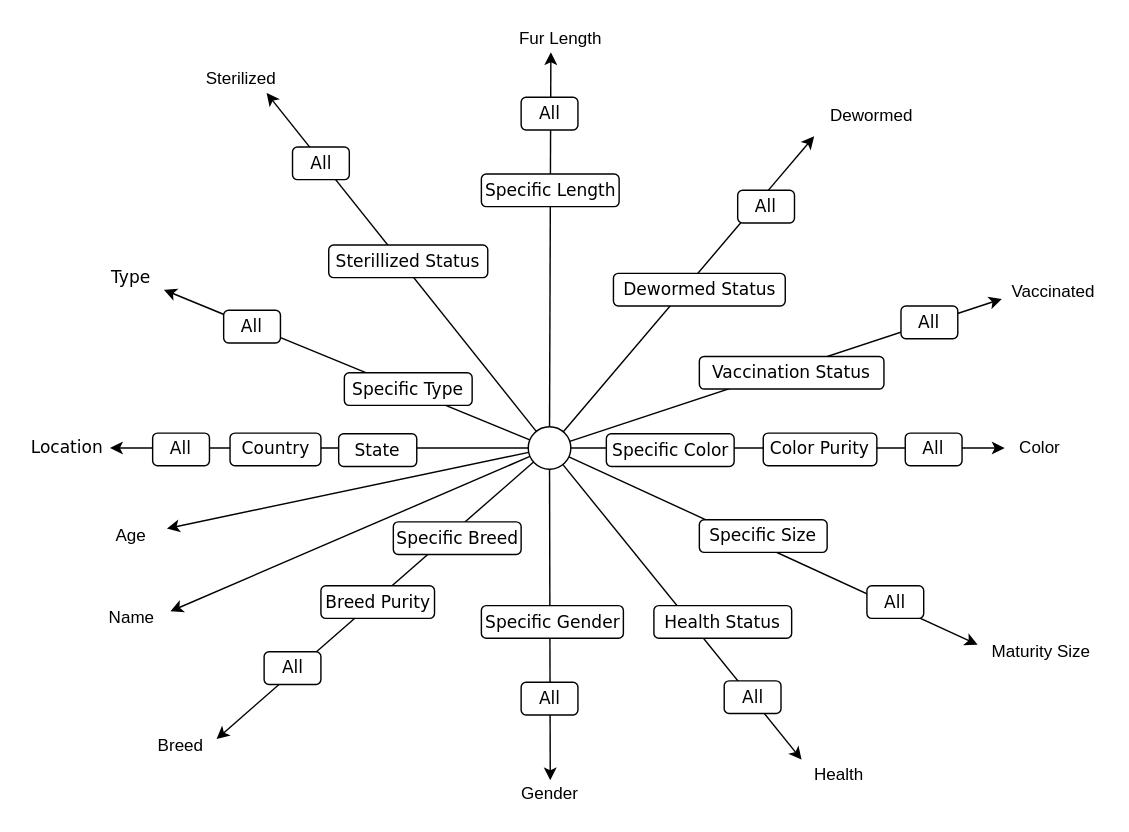
Above: resources/starnet/template/template-starnet.drawio in brucehow/cits3401-project (draw.io), before the change. Source tidied: cells renumbered, new cells numbered last; positions are measured from the earlier drawing's top-left corner, leaving out a move shared by most shapes. Both pictures are drawn from the tidied source at 142%, with x=0, y=0 at pixel (24, 24).
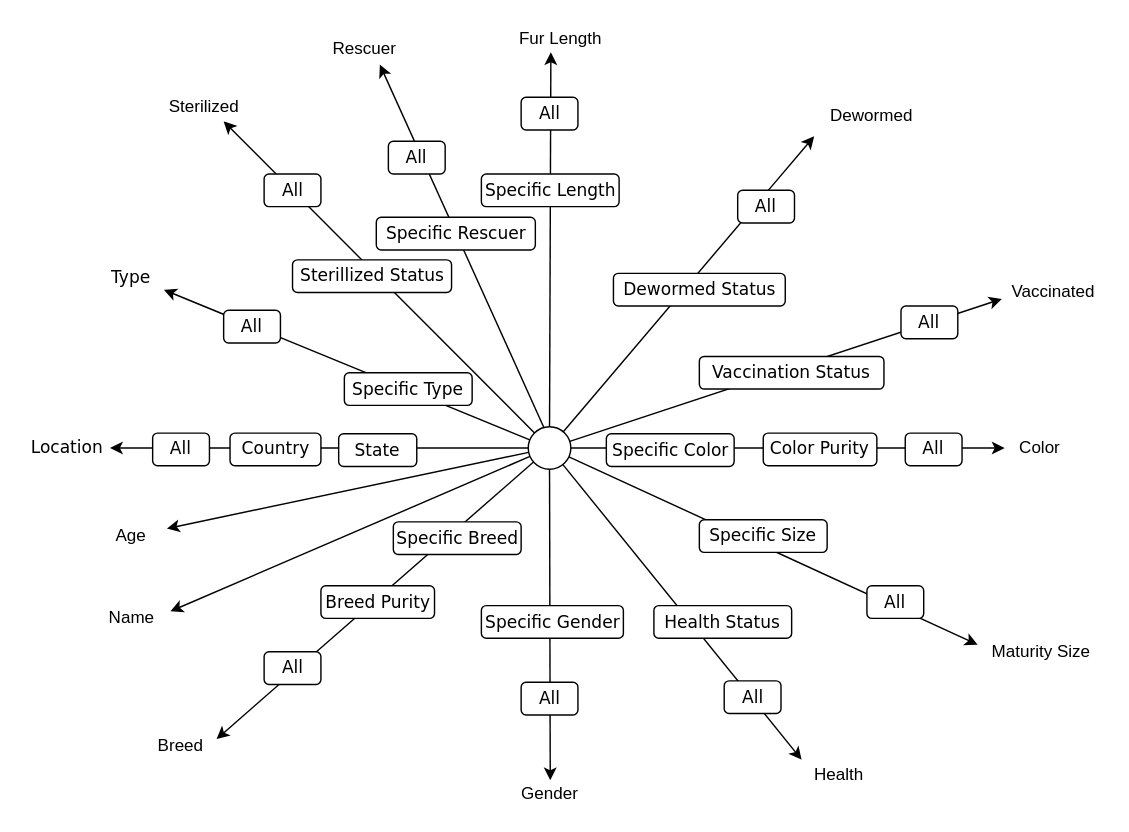
The same diagram, later.

Commit message (it also covers changes not shown here):
Update starnet and template

The change refers to these unchanged cells:
```xml
<mxCell id="6" style="ellipse;whiteSpace=wrap;html=1;" parent="1" vertex="1">
  <mxGeometry x="354.5" y="283" width="30" height="30" as="geometry" />
</mxCell>
```

The edit, as a diff of the source:
```diff
@@
     <mxCell id="43" value="Sterilized" style="text;html=1;strokeColor=none;fillColor=none;align=center;verticalAlign=middle;whiteSpace=wrap;rounded=0;" parent="1" vertex="1">
-      <mxGeometry x="115.5" y="28" width="73" height="20" as="geometry" />
+      <mxGeometry x="90" y="48" width="73" height="20" as="geometry" />
     </mxCell>
-    <mxCell id="44" style="edgeStyle=none;rounded=0;jettySize=auto;html=0;endArrow=classic;endFill=1;fontColor=none;shadow=0;entryX=0.75;entryY=1;entryDx=0;entryDy=0;" parent="1" edge="1" source="6" target="43">
-      <mxGeometry relative="1" as="geometry" />
+    <mxCell id="44" style="edgeStyle=none;rounded=0;jettySize=auto;html=0;endArrow=classic;endFill=1;fontColor=none;shadow=0;" parent="1" edge="1" source="6">
+      <mxGeometry relative="1" as="geometry">
+        <mxPoint x="140" y="68" as="targetPoint" />
+      </mxGeometry>
     </mxCell>
     <mxCell id="45" value="All&lt;br&gt;" style="whiteSpace=wrap;html=1;rounded=1;shadow=0;labelBackgroundColor=none;strokeColor=#000000;strokeWidth=1;fillColor=#ffffff;fontFamily=Verdana;fontSize=12;fontColor=#000000;align=center;glass=0;" parent="1" vertex="1">
-      <mxGeometry x="188.5" y="86" width="40" height="23" as="geometry" />
+      <mxGeometry x="168.5" y="105" width="40" height="23" as="geometry" />
     </mxCell>
     <mxCell id="46" value="Sterillized Status&lt;br&gt;" style="whiteSpace=wrap;html=1;rounded=1;shadow=0;labelBackgroundColor=none;strokeColor=#000000;strokeWidth=1;fillColor=#ffffff;fontFamily=Verdana;fontSize=12;fontColor=#000000;align=center;glass=0;" parent="1" vertex="1">
-      <mxGeometry x="214" y="155" width="112" height="23" as="geometry" />
+      <mxGeometry x="188.5" y="165.5" width="112" height="23" as="geometry" />
     </mxCell>
@@
+    <mxCell id="55" value="Rescuer" style="text;html=1;strokeColor=none;fillColor=none;align=center;verticalAlign=middle;whiteSpace=wrap;rounded=0;" parent="1" vertex="1">
+      <mxGeometry x="203" y="7" width="73" height="20" as="geometry" />
+    </mxCell>
+    <mxCell id="56" style="edgeStyle=none;rounded=0;orthogonalLoop=1;jettySize=auto;html=0;endArrow=classic;endFill=1;fontColor=none;shadow=0;" parent="1" edge="1">
+      <mxGeometry relative="1" as="geometry">
+        <mxPoint x="365.5" y="283.5" as="sourcePoint" />
+        <mxPoint x="250" y="28" as="targetPoint" />
+      </mxGeometry>
+    </mxCell>
+    <mxCell id="57" value="All&lt;br&gt;" style="whiteSpace=wrap;html=1;rounded=1;shadow=0;labelBackgroundColor=none;strokeColor=#000000;strokeWidth=1;fillColor=#ffffff;fontFamily=Verdana;fontSize=12;fontColor=#000000;align=center;glass=0;" parent="1" vertex="1">
+      <mxGeometry x="256" y="82" width="40" height="23" as="geometry" />
+    </mxCell>
+    <mxCell id="58" value="Specific Rescuer&lt;br&gt;" style="whiteSpace=wrap;html=1;rounded=1;shadow=0;labelBackgroundColor=none;strokeColor=#000000;strokeWidth=1;fillColor=#ffffff;fontFamily=Verdana;fontSize=12;fontColor=#000000;align=center;glass=0;" parent="1" vertex="1">
+      <mxGeometry x="247.5" y="135.5" width="112" height="23" as="geometry" />
+    </mxCell>
```
